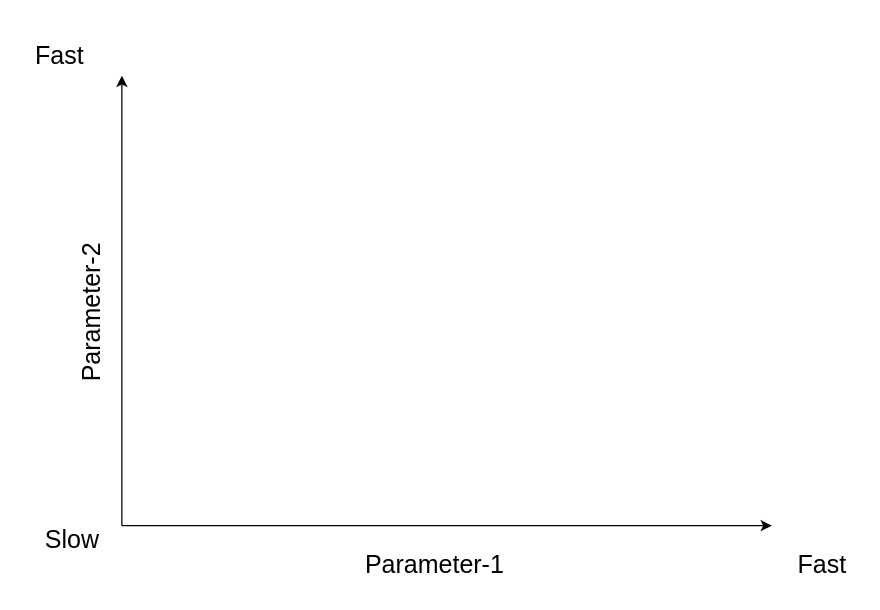
kxzhu0505/Delay-Padding-For-Multi-corner keeps this draw.io diagram as multicorner.drawio. Above is the earlier version. Source tidied: cells renumbered, new cells numbered last; positions are measured from the earlier drawing's top-left corner, leaving out a move shared by most shapes. Both pictures are drawn from the tidied source at 125%, with x=0, y=0 at pixel (9, 29).
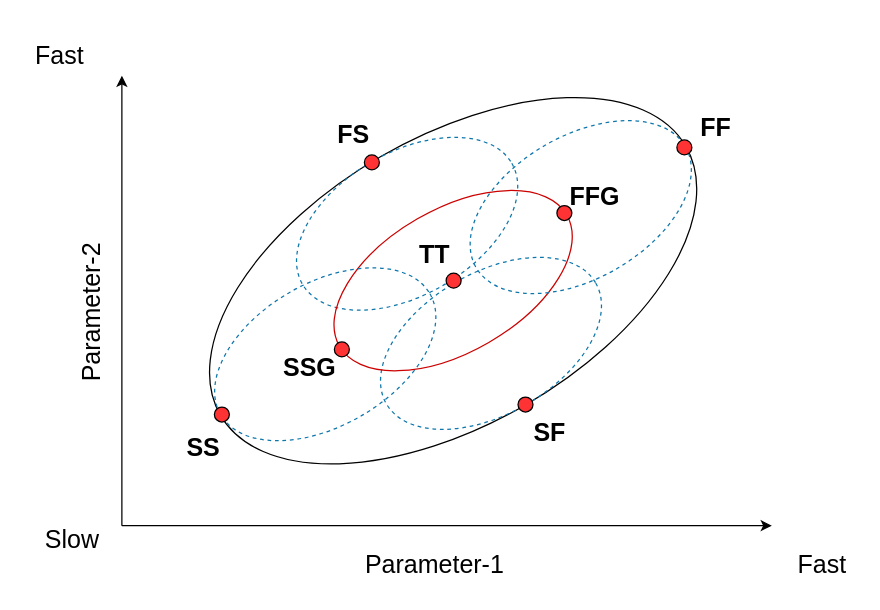
The same page after the edit.

The edit, as a diff of the source:
```diff
@@
+    <mxCell id="9" style="ellipse;whiteSpace=wrap;html=1;rotation=-30;" parent="1" vertex="1">
+      <mxGeometry x="140" y="86.1" width="430" height="230" as="geometry" />
+    </mxCell>
+    <mxCell id="10" style="ellipse;whiteSpace=wrap;html=1;rotation=-30;dashed=1;fillColor=none;strokeColor=light-dark(#0d76ab, #ededed);" parent="1" vertex="1">
+      <mxGeometry x="221.5" y="98.4" width="193.4" height="114.2" as="geometry" />
+    </mxCell>
+    <mxCell id="11" style="ellipse;whiteSpace=wrap;html=1;rotation=-30;dashed=1;fillColor=none;strokeColor=light-dark(#0d76ab, #ededed);" parent="1" vertex="1">
+      <mxGeometry x="288.6" y="194.7" width="193.4" height="113" as="geometry" />
+    </mxCell>
+    <mxCell id="12" style="ellipse;whiteSpace=wrap;html=1;rotation=-30;fillColor=none;strokeColor=#CC0000;" parent="1" vertex="1">
+      <mxGeometry x="250" y="143.9" width="210" height="114.2" as="geometry" />
+    </mxCell>
+    <mxCell id="13" style="ellipse;whiteSpace=wrap;html=1;rotation=-30;dashed=1;fillColor=none;strokeColor=light-dark(#0d76ab, #ededed);" parent="1" vertex="1">
+      <mxGeometry x="156" y="202.8" width="193.4" height="114.2" as="geometry" />
+    </mxCell>
+    <mxCell id="14" style="ellipse;whiteSpace=wrap;html=1;rotation=-30;dashed=1;fillColor=none;strokeColor=light-dark(#0d76ab, #ededed);" parent="1" vertex="1">
+      <mxGeometry x="360.4" y="85.1" width="193.4" height="114.2" as="geometry" />
+    </mxCell>
+    <mxCell id="15" style="ellipse;whiteSpace=wrap;html=1;fillColor=#FF3333;strokeWidth=1;" parent="1" vertex="1">
+      <mxGeometry x="349.4" y="195" width="12" height="12" as="geometry" />
+    </mxCell>
+    <mxCell id="16" style="ellipse;whiteSpace=wrap;html=1;fillColor=#FF3333;strokeWidth=1;" parent="1" vertex="1">
+      <mxGeometry x="260" y="250" width="12" height="12" as="geometry" />
+    </mxCell>
+    <mxCell id="17" style="ellipse;whiteSpace=wrap;html=1;fillColor=#FF3333;strokeWidth=1;" parent="1" vertex="1">
+      <mxGeometry x="438" y="140.9" width="12" height="12" as="geometry" />
+    </mxCell>
+    <mxCell id="18" style="ellipse;whiteSpace=wrap;html=1;fillColor=#FF3333;strokeWidth=1;" parent="1" vertex="1">
+      <mxGeometry x="164" y="302.1" width="12" height="12" as="geometry" />
+    </mxCell>
+    <mxCell id="19" style="ellipse;whiteSpace=wrap;html=1;fillColor=#FF3333;strokeWidth=1;" parent="1" vertex="1">
+      <mxGeometry x="534" y="88.4" width="12" height="12" as="geometry" />
+    </mxCell>
+    <mxCell id="20" style="ellipse;whiteSpace=wrap;html=1;fillColor=#FF3333;strokeWidth=1;" parent="1" vertex="1">
+      <mxGeometry x="284" y="100.4" width="12" height="12" as="geometry" />
+    </mxCell>
+    <mxCell id="21" style="ellipse;whiteSpace=wrap;html=1;fillColor=#FF3333;strokeWidth=1;" parent="1" vertex="1">
+      <mxGeometry x="406.9" y="294.1" width="12" height="12" as="geometry" />
+    </mxCell>
+    <mxCell id="22" value="&lt;font style=&quot;font-size: 20px;&quot;&gt;&lt;b&gt;FS&lt;/b&gt;&lt;/font&gt;" style="text;html=1;align=center;verticalAlign=middle;strokeColor=none;fillColor=none;" parent="1" vertex="1">
+      <mxGeometry x="250" y="63" width="50" height="40" as="geometry" />
+    </mxCell>
+    <mxCell id="23" value="&lt;font style=&quot;font-size: 20px;&quot;&gt;&lt;b&gt;SS&lt;/b&gt;&lt;/font&gt;" style="text;html=1;align=center;verticalAlign=middle;strokeColor=none;fillColor=none;" parent="1" vertex="1">
+      <mxGeometry x="130" y="314.1" width="50" height="40" as="geometry" />
+    </mxCell>
+    <mxCell id="24" value="&lt;font style=&quot;font-size: 20px;&quot;&gt;&lt;b&gt;FF&lt;/b&gt;&lt;/font&gt;" style="text;html=1;align=center;verticalAlign=middle;strokeColor=none;fillColor=none;" parent="1" vertex="1">
+      <mxGeometry x="540" y="58.4" width="50" height="40" as="geometry" />
+    </mxCell>
+    <mxCell id="25" value="&lt;font style=&quot;font-size: 20px;&quot;&gt;&lt;b&gt;SF&lt;/b&gt;&lt;/font&gt;" style="text;html=1;align=center;verticalAlign=middle;strokeColor=none;fillColor=none;" parent="1" vertex="1">
+      <mxGeometry x="406.9" y="302.1" width="50" height="40" as="geometry" />
+    </mxCell>
+    <mxCell id="26" value="&lt;font style=&quot;font-size: 20px;&quot;&gt;&lt;b&gt;TT&lt;/b&gt;&lt;/font&gt;" style="text;html=1;align=center;verticalAlign=middle;strokeColor=none;fillColor=none;" parent="1" vertex="1">
+      <mxGeometry x="315" y="159.3" width="50" height="40" as="geometry" />
+    </mxCell>
+    <mxCell id="27" value="&lt;font style=&quot;font-size: 20px;&quot;&gt;&lt;b&gt;FFG&lt;/b&gt;&lt;/font&gt;" style="text;html=1;align=center;verticalAlign=middle;strokeColor=none;fillColor=none;" parent="1" vertex="1">
+      <mxGeometry x="438" y="113" width="60" height="40" as="geometry" />
+    </mxCell>
+    <mxCell id="28" value="&lt;font style=&quot;font-size: 20px;&quot;&gt;&lt;b&gt;SSG&lt;/b&gt;&lt;/font&gt;" style="text;html=1;align=center;verticalAlign=middle;strokeColor=none;fillColor=none;" parent="1" vertex="1">
+      <mxGeometry x="205" y="250" width="70" height="40" as="geometry" />
+    </mxCell>
```
